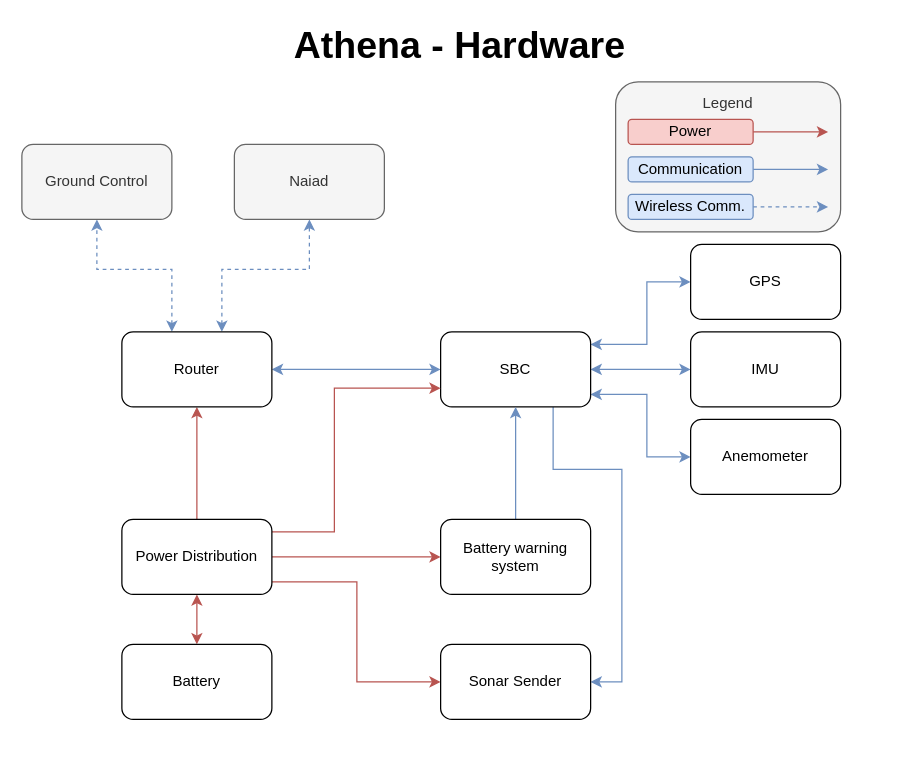
The draw.io diagram Block_diagrams/Athena/Athena_hardware_overview.drawio in Ramstaandy/NAIAD-2021, before the edit. Source tidied: cells renumbered, new cells numbered last; positions are measured from the earlier drawing's top-left corner, leaving out a move shared by most shapes. Both pictures are drawn from the tidied source at 125%, with x=0, y=0 at pixel (21, 31).
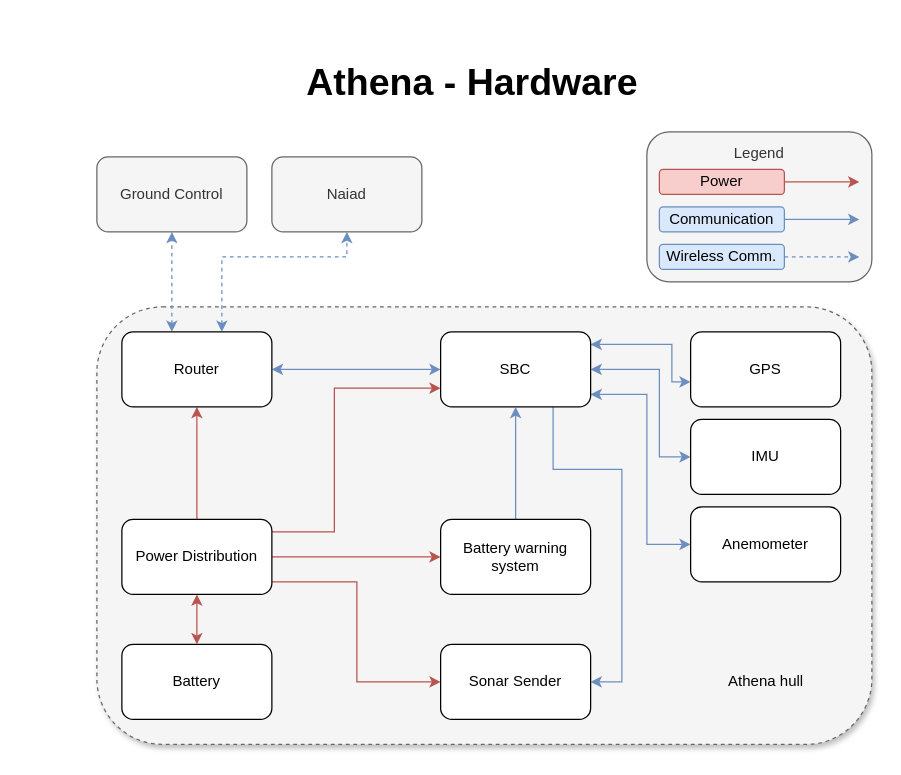
The same diagram, later.

Unchanged cells that the change refers to:
```xml
<mxCell id="8" value="SBC" style="whiteSpace=wrap;html=1;rounded=1;" parent="1" vertex="1">
  <mxGeometry x="335" y="240" width="120" height="60" as="geometry" />
</mxCell>
<mxCell id="19" value="Router" style="whiteSpace=wrap;html=1;rounded=1;" parent="1" vertex="1">
  <mxGeometry x="80" y="240" width="120" height="60" as="geometry" />
</mxCell>
```

Diff of the diagram source:
```diff
@@
+    <mxCell id="35" style="rounded=1;whiteSpace=wrap;html=1;shadow=1;dashed=1;fillColor=#f5f5f5;strokeColor=#666666;fontColor=#333333;" parent="1" vertex="1">
+      <mxGeometry x="60" y="220" width="620" height="350" as="geometry" />
+    </mxCell>
     <mxCell id="2" style="edgeStyle=orthogonalEdgeStyle;rounded=0;jettySize=auto;html=1;startArrow=classic;startFill=1;endArrow=classic;endFill=1;fillColor=#dae8fc;strokeColor=#6c8ebf;" parent="1" edge="1" source="8" target="9">
-      <mxGeometry relative="1" as="geometry" />
+      <mxGeometry relative="1" as="geometry">
+        <Array as="points">
+          <mxPoint x="510" y="270" />
+          <mxPoint x="510" y="340" />
+        </Array>
+      </mxGeometry>
     </mxCell>
     <mxCell id="3" style="edgeStyle=orthogonalEdgeStyle;rounded=0;jettySize=auto;html=1;startArrow=classic;startFill=1;endArrow=classic;endFill=1;fillColor=#dae8fc;strokeColor=#6c8ebf;" parent="1" edge="1" source="8" target="10">
       <mxGeometry relative="1" as="geometry">
         <Array as="points">
-          <mxPoint x="500" y="250" />
-          <mxPoint x="500" y="200" />
+          <mxPoint x="520" y="250" />
+          <mxPoint x="520" y="280" />
         </Array>
       </mxGeometry>
     </mxCell>
     <mxCell id="4" style="edgeStyle=orthogonalEdgeStyle;rounded=0;jettySize=auto;html=1;endArrow=classic;endFill=1;startArrow=classic;startFill=1;fillColor=#dae8fc;strokeColor=#6c8ebf;" parent="1" edge="1" source="8" target="11">
       <mxGeometry relative="1" as="geometry">
         <Array as="points">
           <mxPoint x="500" y="290" />
-          <mxPoint x="500" y="340" />
+          <mxPoint x="500" y="410" />
         </Array>
       </mxGeometry>
     </mxCell>
@@
     <mxCell id="9" value="IMU" style="whiteSpace=wrap;html=1;rounded=1;" parent="1" vertex="1">
-      <mxGeometry x="535" y="240" width="120" height="60" as="geometry" />
+      <mxGeometry x="535" y="310" width="120" height="60" as="geometry" />
     </mxCell>
     <mxCell id="10" value="GPS" style="whiteSpace=wrap;html=1;rounded=1;" parent="1" vertex="1">
-      <mxGeometry x="535" y="170" width="120" height="60" as="geometry" />
+      <mxGeometry x="535" y="240" width="120" height="60" as="geometry" />
     </mxCell>
     <mxCell id="11" value="Anemometer" style="whiteSpace=wrap;html=1;rounded=1;" parent="1" vertex="1">
-      <mxGeometry x="535" y="310" width="120" height="60" as="geometry" />
+      <mxGeometry x="535" y="380" width="120" height="60" as="geometry" />
     </mxCell>
@@
     <mxCell id="17" style="edgeStyle=orthogonalEdgeStyle;rounded=0;jettySize=auto;html=1;startArrow=classic;startFill=1;endArrow=classic;endFill=1;dashed=1;fillColor=#dae8fc;strokeColor=#6c8ebf;entryX=0.5;entryY=1;entryDx=0;entryDy=0;" parent="1" edge="1" source="19" target="20">
       <mxGeometry relative="1" as="geometry">
         <Array as="points">
           <mxPoint x="120" y="190" />
-          <mxPoint x="60" y="190" />
+          <mxPoint x="120" y="190" />
         </Array>
       </mxGeometry>
     </mxCell>
     <mxCell id="18" style="edgeStyle=orthogonalEdgeStyle;rounded=0;jettySize=auto;html=1;startArrow=classic;startFill=1;endArrow=classic;endFill=1;dashed=1;fillColor=#dae8fc;strokeColor=#6c8ebf;entryX=0.5;entryY=1;entryDx=0;entryDy=0;" parent="1" edge="1" source="19" target="21">
       <mxGeometry relative="1" as="geometry">
         <Array as="points">
-          <mxPoint x="160" y="190" />
-          <mxPoint x="230" y="190" />
+          <mxPoint x="160" y="180" />
+          <mxPoint x="260" y="180" />
         </Array>
       </mxGeometry>
     </mxCell>
@@
     <mxCell id="20" value="Ground Control" style="whiteSpace=wrap;html=1;rounded=1;fillColor=#f5f5f5;strokeColor=#666666;fontColor=#333333;" parent="1" vertex="1">
-      <mxGeometry y="90" width="120" height="60" as="geometry" />
+      <mxGeometry x="60" y="100" width="120" height="60" as="geometry" />
     </mxCell>
     <mxCell id="21" value="Naiad" style="whiteSpace=wrap;html=1;rounded=1;fillColor=#f5f5f5;strokeColor=#666666;fontColor=#333333;" parent="1" vertex="1">
-      <mxGeometry x="170" y="90" width="120" height="60" as="geometry" />
+      <mxGeometry x="200" y="100" width="120" height="60" as="geometry" />
     </mxCell>
@@
     <mxCell id="26" style="group;" parent="1" vertex="1">
-      <mxGeometry x="475" y="40" width="180" height="120" as="geometry" />
+      <mxGeometry x="500" y="80" width="180" height="120" as="geometry" />
     </mxCell>
@@
     <mxCell id="34" value="&lt;font size=&quot;1&quot;&gt;&lt;b style=&quot;font-size: 30px&quot;&gt;Athena - Hardware&lt;br&gt;&lt;/b&gt;&lt;/font&gt;" style="text;html=1;align=center;verticalAlign=middle;strokeColor=none;fillColor=none;" parent="1" vertex="1">
-      <mxGeometry x="210" width="280" height="20" as="geometry" />
+      <mxGeometry x="220" y="30" width="280" height="20" as="geometry" />
     </mxCell>
+    <mxCell id="36" value="Athena hull" style="text;html=1;align=center;verticalAlign=middle;strokeColor=none;fillColor=none;" parent="1" vertex="1">
+      <mxGeometry x="555" y="510" width="80" height="20" as="geometry" />
+    </mxCell>
```
